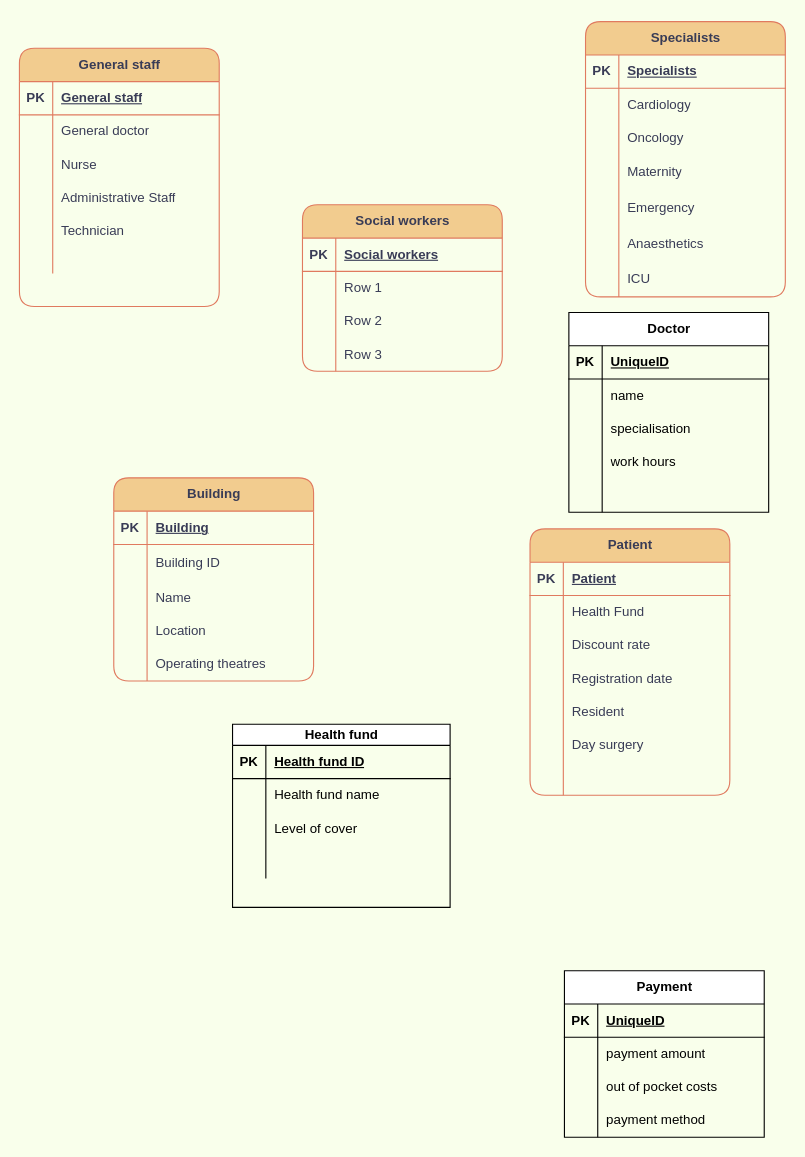
Before: Untitled Diagram.drawio in SianMillard/SianMillard.github.io, a draw.io diagram. Source tidied: cells renumbered, new cells numbered last; positions are measured from the earlier drawing's top-left corner, leaving out a move shared by most shapes. Both pictures are drawn from the tidied source at 111%, with x=0, y=0 at pixel (19, 21).
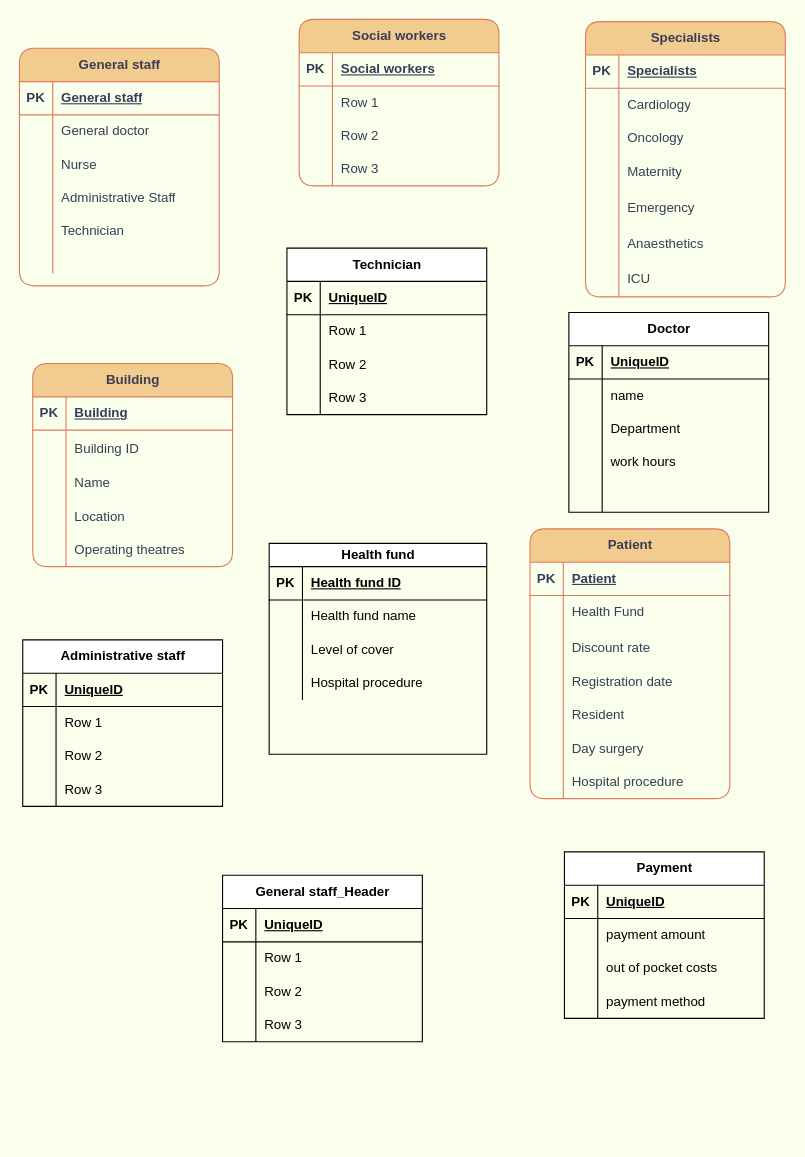
The same diagram, later.

The change refers to these unchanged cells:
```xml
<mxCell id="127" style="shape=tableRow;horizontal=0;startSize=0;swimlaneHead=0;swimlaneBody=0;fillColor=none;top=0;left=0;right=0;bottom=0;" parent="120" vertex="1">
  <mxGeometry y="90" width="180" height="30" as="geometry" />
</mxCell>
```

Change to the diagram source:
```diff
@@
     <mxCell id="2" value="General staff" style="shape=table;startSize=30;childLayout=tableLayout;rowLines=0;fontStyle=1;align=center;html=1;labelBackgroundColor=none;rounded=1;fillColor=#F2CC8F;strokeColor=#E07A5F;fontColor=#393C56;" parent="1" vertex="1">
-      <mxGeometry y="24" width="180" height="232.6" as="geometry" />
+      <mxGeometry y="24" width="180" height="214" as="geometry" />
     </mxCell>
@@
     <mxCell id="21" value="Social workers" style="shape=table;startSize=30;childLayout=tableLayout;rowLines=0;fontStyle=1;align=center;html=1;labelBackgroundColor=none;rounded=1;fillColor=#F2CC8F;strokeColor=#E07A5F;fontColor=#393C56;" parent="1" vertex="1">
-      <mxGeometry x="255" y="165" width="180" height="150" as="geometry" />
+      <mxGeometry x="252" y="-2" width="180" height="150" as="geometry" />
     </mxCell>
@@
     <mxCell id="56" value="Patient" style="shape=table;startSize=30;childLayout=tableLayout;rowLines=0;fontStyle=1;align=center;html=1;strokeColor=#E07A5F;fontColor=#393C56;fillColor=#F2CC8F;rounded=1;" parent="1" vertex="1">
-      <mxGeometry x="460" y="457" width="180" height="240" as="geometry" />
+      <mxGeometry x="460" y="457" width="180" height="243" as="geometry" />
     </mxCell>
@@
     <mxCell id="63" style="shape=tableRow;horizontal=0;startSize=0;swimlaneHead=0;swimlaneBody=0;fillColor=none;top=0;left=0;right=0;bottom=0;strokeColor=#E07A5F;fontColor=#393C56;" parent="56" vertex="1">
-      <mxGeometry y="90" width="180" height="30" as="geometry" />
+      <mxGeometry y="90" width="180" height="33" as="geometry" />
     </mxCell>
     <mxCell id="64" style="shape=partialRectangle;fillColor=none;top=0;left=0;bottom=0;right=0;overflow=hidden;whiteSpace=wrap;html=1;strokeColor=#E07A5F;fontColor=#393C56;" parent="63" vertex="1">
-      <mxGeometry width="30" height="30" as="geometry" />
+      <mxGeometry width="30" height="33" as="geometry" />
     </mxCell>
     <mxCell id="65" value="Discount rate" style="shape=partialRectangle;fillColor=none;top=0;left=0;bottom=0;right=0;align=left;spacingLeft=6;overflow=hidden;whiteSpace=wrap;html=1;strokeColor=#E07A5F;fontColor=#393C56;" parent="63" vertex="1">
-      <mxGeometry x="30" width="150" height="30" as="geometry" />
+      <mxGeometry x="30" width="150" height="33" as="geometry" />
     </mxCell>
     <mxCell id="66" style="shape=tableRow;horizontal=0;startSize=0;swimlaneHead=0;swimlaneBody=0;fillColor=none;top=0;left=0;right=0;bottom=0;strokeColor=#E07A5F;fontColor=#393C56;" parent="56" vertex="1">
-      <mxGeometry y="120" width="180" height="30" as="geometry" />
+      <mxGeometry y="123" width="180" height="30" as="geometry" />
     </mxCell>
@@
     <mxCell id="69" style="shape=tableRow;horizontal=0;startSize=0;swimlaneHead=0;swimlaneBody=0;fillColor=none;top=0;left=0;right=0;bottom=0;strokeColor=#E07A5F;fontColor=#393C56;" parent="56" vertex="1">
-      <mxGeometry y="150" width="180" height="30" as="geometry" />
+      <mxGeometry y="153" width="180" height="30" as="geometry" />
     </mxCell>
@@
     <mxCell id="72" style="shape=tableRow;horizontal=0;startSize=0;swimlaneHead=0;swimlaneBody=0;fillColor=none;top=0;left=0;right=0;bottom=0;strokeColor=#E07A5F;fontColor=#393C56;" parent="56" vertex="1">
-      <mxGeometry y="180" width="180" height="30" as="geometry" />
+      <mxGeometry y="183" width="180" height="30" as="geometry" />
     </mxCell>
@@
     <mxCell id="75" style="shape=tableRow;horizontal=0;startSize=0;swimlaneHead=0;swimlaneBody=0;fillColor=none;top=0;left=0;right=0;bottom=0;strokeColor=#E07A5F;fontColor=#393C56;" parent="56" vertex="1">
-      <mxGeometry y="210" width="180" height="30" as="geometry" />
+      <mxGeometry y="213" width="180" height="30" as="geometry" />
     </mxCell>
@@
-    <mxCell id="77" style="shape=partialRectangle;fillColor=none;top=0;left=0;bottom=0;right=0;align=left;spacingLeft=6;overflow=hidden;whiteSpace=wrap;html=1;strokeColor=#E07A5F;fontColor=#393C56;" parent="75" vertex="1">
+    <mxCell id="77" value="Hospital procedure" style="shape=partialRectangle;fillColor=none;top=0;left=0;bottom=0;right=0;align=left;spacingLeft=6;overflow=hidden;whiteSpace=wrap;html=1;strokeColor=#E07A5F;fontColor=#393C56;" parent="75" vertex="1">
       <mxGeometry x="30" width="150" height="30" as="geometry" />
     </mxCell>
     <mxCell id="78" value="Building" style="shape=table;startSize=30;childLayout=tableLayout;rowLines=0;fontStyle=1;align=center;html=1;strokeColor=#E07A5F;fontColor=#393C56;fillColor=#F2CC8F;rounded=1;" parent="1" vertex="1">
-      <mxGeometry x="85" y="411" width="180" height="183" as="geometry" />
+      <mxGeometry x="12" y="308" width="180" height="183" as="geometry" />
     </mxCell>
@@
-    <mxCell id="94" value="Health fund" style="shape=table;startSize=19;childLayout=tableLayout;rowLines=0;fontStyle=1;align=center;html=1;" parent="1" vertex="1">
-      <mxGeometry x="192" y="633" width="196" height="165" as="geometry" />
+    <mxCell id="94" value="Health fund" style="shape=table;startSize=21;childLayout=tableLayout;rowLines=0;fontStyle=1;align=center;html=1;" parent="1" vertex="1">
+      <mxGeometry x="225" y="470" width="196" height="190" as="geometry" />
     </mxCell>
     <mxCell id="95" style="shape=tableRow;horizontal=0;startSize=0;swimlaneHead=0;swimlaneBody=0;fillColor=none;top=0;left=0;right=0;bottom=1;" parent="94" vertex="1">
-      <mxGeometry y="19" width="196" height="30" as="geometry" />
+      <mxGeometry y="21" width="196" height="30" as="geometry" />
     </mxCell>
@@
     <mxCell id="98" style="shape=tableRow;horizontal=0;startSize=0;swimlaneHead=0;swimlaneBody=0;fillColor=none;top=0;left=0;right=0;bottom=0;" parent="94" vertex="1">
-      <mxGeometry y="49" width="196" height="30" as="geometry" />
+      <mxGeometry y="51" width="196" height="30" as="geometry" />
     </mxCell>
@@
     <mxCell id="101" style="shape=tableRow;horizontal=0;startSize=0;swimlaneHead=0;swimlaneBody=0;fillColor=none;top=0;left=0;right=0;bottom=0;" parent="94" vertex="1">
-      <mxGeometry y="79" width="196" height="30" as="geometry" />
+      <mxGeometry y="81" width="196" height="30" as="geometry" />
     </mxCell>
@@
     <mxCell id="104" style="shape=tableRow;horizontal=0;startSize=0;swimlaneHead=0;swimlaneBody=0;fillColor=none;top=0;left=0;right=0;bottom=0;" parent="94" vertex="1">
-      <mxGeometry y="109" width="196" height="30" as="geometry" />
+      <mxGeometry y="111" width="196" height="30" as="geometry" />
     </mxCell>
@@
-    <mxCell id="106" style="shape=partialRectangle;fillColor=none;top=0;left=0;bottom=0;right=0;align=left;spacingLeft=6;overflow=hidden;whiteSpace=wrap;html=1;" parent="104" vertex="1">
+    <mxCell id="106" value="Hospital procedure" style="shape=partialRectangle;fillColor=none;top=0;left=0;bottom=0;right=0;align=left;spacingLeft=6;overflow=hidden;whiteSpace=wrap;html=1;" parent="104" vertex="1">
       <mxGeometry x="30" width="166" height="30" as="geometry" />
     </mxCell>
     <mxCell id="107" value="Payment" style="shape=table;startSize=30;childLayout=tableLayout;rowLines=0;fontStyle=1;align=center;html=1;" parent="1" vertex="1">
-      <mxGeometry x="491" y="855" width="180" height="150" as="geometry" />
+      <mxGeometry x="491" y="748" width="180" height="150" as="geometry" />
     </mxCell>
@@
-    <mxCell id="129" value="specialisation" style="shape=partialRectangle;fillColor=none;top=0;left=0;bottom=0;right=0;align=left;spacingLeft=6;overflow=hidden;whiteSpace=wrap;html=1;" parent="127" vertex="1">
+    <mxCell id="129" value="Department" style="shape=partialRectangle;fillColor=none;top=0;left=0;bottom=0;right=0;align=left;spacingLeft=6;overflow=hidden;whiteSpace=wrap;html=1;" parent="127" vertex="1">
       <mxGeometry x="30" width="150" height="30" as="geometry" />
     </mxCell>
@@
+    <mxCell id="136" value="Technician" style="shape=table;startSize=30;childLayout=tableLayout;rowLines=0;fontStyle=1;align=center;html=1;" parent="1" vertex="1">
+      <mxGeometry x="241" y="204" width="180" height="150" as="geometry" />
+    </mxCell>
+    <mxCell id="137" style="shape=tableRow;horizontal=0;startSize=0;swimlaneHead=0;swimlaneBody=0;fillColor=none;top=0;left=0;right=0;bottom=1;" parent="136" vertex="1">
+      <mxGeometry y="30" width="180" height="30" as="geometry" />
+    </mxCell>
+    <mxCell id="138" value="PK" style="shape=partialRectangle;fillColor=none;top=0;left=0;bottom=0;right=0;fontStyle=1;overflow=hidden;whiteSpace=wrap;html=1;" parent="137" vertex="1">
+      <mxGeometry width="30" height="30" as="geometry" />
+    </mxCell>
+    <mxCell id="139" value="UniqueID" style="shape=partialRectangle;fillColor=none;top=0;left=0;bottom=0;right=0;align=left;spacingLeft=6;fontStyle=5;overflow=hidden;whiteSpace=wrap;html=1;" parent="137" vertex="1">
+      <mxGeometry x="30" width="150" height="30" as="geometry" />
+    </mxCell>
+    <mxCell id="140" style="shape=tableRow;horizontal=0;startSize=0;swimlaneHead=0;swimlaneBody=0;fillColor=none;top=0;left=0;right=0;bottom=0;" parent="136" vertex="1">
+      <mxGeometry y="60" width="180" height="30" as="geometry" />
+    </mxCell>
+    <mxCell id="141" style="shape=partialRectangle;fillColor=none;top=0;left=0;bottom=0;right=0;overflow=hidden;whiteSpace=wrap;html=1;" parent="140" vertex="1">
+      <mxGeometry width="30" height="30" as="geometry" />
+    </mxCell>
+    <mxCell id="142" value="Row 1" style="shape=partialRectangle;fillColor=none;top=0;left=0;bottom=0;right=0;align=left;spacingLeft=6;overflow=hidden;whiteSpace=wrap;html=1;" parent="140" vertex="1">
+      <mxGeometry x="30" width="150" height="30" as="geometry" />
+    </mxCell>
+    <mxCell id="143" style="shape=tableRow;horizontal=0;startSize=0;swimlaneHead=0;swimlaneBody=0;fillColor=none;top=0;left=0;right=0;bottom=0;" parent="136" vertex="1">
+      <mxGeometry y="90" width="180" height="30" as="geometry" />
+    </mxCell>
+    <mxCell id="144" style="shape=partialRectangle;fillColor=none;top=0;left=0;bottom=0;right=0;overflow=hidden;whiteSpace=wrap;html=1;" parent="143" vertex="1">
+      <mxGeometry width="30" height="30" as="geometry" />
+    </mxCell>
+    <mxCell id="145" value="Row 2" style="shape=partialRectangle;fillColor=none;top=0;left=0;bottom=0;right=0;align=left;spacingLeft=6;overflow=hidden;whiteSpace=wrap;html=1;" parent="143" vertex="1">
+      <mxGeometry x="30" width="150" height="30" as="geometry" />
+    </mxCell>
+    <mxCell id="146" style="shape=tableRow;horizontal=0;startSize=0;swimlaneHead=0;swimlaneBody=0;fillColor=none;top=0;left=0;right=0;bottom=0;" parent="136" vertex="1">
+      <mxGeometry y="120" width="180" height="30" as="geometry" />
+    </mxCell>
+    <mxCell id="147" style="shape=partialRectangle;fillColor=none;top=0;left=0;bottom=0;right=0;overflow=hidden;whiteSpace=wrap;html=1;" parent="146" vertex="1">
+      <mxGeometry width="30" height="30" as="geometry" />
+    </mxCell>
+    <mxCell id="148" value="Row 3" style="shape=partialRectangle;fillColor=none;top=0;left=0;bottom=0;right=0;align=left;spacingLeft=6;overflow=hidden;whiteSpace=wrap;html=1;" parent="146" vertex="1">
+      <mxGeometry x="30" width="150" height="30" as="geometry" />
+    </mxCell>
+    <mxCell id="149" value="Administrative staff" style="shape=table;startSize=30;childLayout=tableLayout;rowLines=0;fontStyle=1;align=center;html=1;" parent="1" vertex="1">
+      <mxGeometry x="3" y="557" width="180" height="150" as="geometry" />
+    </mxCell>
+    <mxCell id="150" style="shape=tableRow;horizontal=0;startSize=0;swimlaneHead=0;swimlaneBody=0;fillColor=none;top=0;left=0;right=0;bottom=1;" parent="149" vertex="1">
+      <mxGeometry y="30" width="180" height="30" as="geometry" />
+    </mxCell>
+    <mxCell id="151" value="PK" style="shape=partialRectangle;fillColor=none;top=0;left=0;bottom=0;right=0;fontStyle=1;overflow=hidden;whiteSpace=wrap;html=1;" parent="150" vertex="1">
+      <mxGeometry width="30" height="30" as="geometry" />
+    </mxCell>
+    <mxCell id="152" value="UniqueID" style="shape=partialRectangle;fillColor=none;top=0;left=0;bottom=0;right=0;align=left;spacingLeft=6;fontStyle=5;overflow=hidden;whiteSpace=wrap;html=1;" parent="150" vertex="1">
+      <mxGeometry x="30" width="150" height="30" as="geometry" />
+    </mxCell>
+    <mxCell id="153" style="shape=tableRow;horizontal=0;startSize=0;swimlaneHead=0;swimlaneBody=0;fillColor=none;top=0;left=0;right=0;bottom=0;" parent="149" vertex="1">
+      <mxGeometry y="60" width="180" height="30" as="geometry" />
+    </mxCell>
+    <mxCell id="154" style="shape=partialRectangle;fillColor=none;top=0;left=0;bottom=0;right=0;overflow=hidden;whiteSpace=wrap;html=1;" parent="153" vertex="1">
+      <mxGeometry width="30" height="30" as="geometry" />
+    </mxCell>
+    <mxCell id="155" value="Row 1" style="shape=partialRectangle;fillColor=none;top=0;left=0;bottom=0;right=0;align=left;spacingLeft=6;overflow=hidden;whiteSpace=wrap;html=1;" parent="153" vertex="1">
+      <mxGeometry x="30" width="150" height="30" as="geometry" />
+    </mxCell>
+    <mxCell id="156" style="shape=tableRow;horizontal=0;startSize=0;swimlaneHead=0;swimlaneBody=0;fillColor=none;top=0;left=0;right=0;bottom=0;" parent="149" vertex="1">
+      <mxGeometry y="90" width="180" height="30" as="geometry" />
+    </mxCell>
+    <mxCell id="157" style="shape=partialRectangle;fillColor=none;top=0;left=0;bottom=0;right=0;overflow=hidden;whiteSpace=wrap;html=1;" parent="156" vertex="1">
+      <mxGeometry width="30" height="30" as="geometry" />
+    </mxCell>
+    <mxCell id="158" value="Row 2" style="shape=partialRectangle;fillColor=none;top=0;left=0;bottom=0;right=0;align=left;spacingLeft=6;overflow=hidden;whiteSpace=wrap;html=1;" parent="156" vertex="1">
+      <mxGeometry x="30" width="150" height="30" as="geometry" />
+    </mxCell>
+    <mxCell id="159" style="shape=tableRow;horizontal=0;startSize=0;swimlaneHead=0;swimlaneBody=0;fillColor=none;top=0;left=0;right=0;bottom=0;" parent="149" vertex="1">
+      <mxGeometry y="120" width="180" height="30" as="geometry" />
+    </mxCell>
+    <mxCell id="160" style="shape=partialRectangle;fillColor=none;top=0;left=0;bottom=0;right=0;overflow=hidden;whiteSpace=wrap;html=1;" parent="159" vertex="1">
+      <mxGeometry width="30" height="30" as="geometry" />
+    </mxCell>
+    <mxCell id="161" value="Row 3" style="shape=partialRectangle;fillColor=none;top=0;left=0;bottom=0;right=0;align=left;spacingLeft=6;overflow=hidden;whiteSpace=wrap;html=1;" parent="159" vertex="1">
+      <mxGeometry x="30" width="150" height="30" as="geometry" />
+    </mxCell>
+    <mxCell id="162" value="General staff_Header" style="shape=table;startSize=30;childLayout=tableLayout;rowLines=0;fontStyle=1;align=center;html=1;" parent="1" vertex="1">
+      <mxGeometry x="183" y="769" width="180" height="150" as="geometry" />
+    </mxCell>
+    <mxCell id="163" style="shape=tableRow;horizontal=0;startSize=0;swimlaneHead=0;swimlaneBody=0;fillColor=none;top=0;left=0;right=0;bottom=1;" parent="162" vertex="1">
+      <mxGeometry y="30" width="180" height="30" as="geometry" />
+    </mxCell>
+    <mxCell id="164" value="PK" style="shape=partialRectangle;fillColor=none;top=0;left=0;bottom=0;right=0;fontStyle=1;overflow=hidden;whiteSpace=wrap;html=1;" parent="163" vertex="1">
+      <mxGeometry width="30" height="30" as="geometry" />
+    </mxCell>
+    <mxCell id="165" value="UniqueID" style="shape=partialRectangle;fillColor=none;top=0;left=0;bottom=0;right=0;align=left;spacingLeft=6;fontStyle=5;overflow=hidden;whiteSpace=wrap;html=1;" parent="163" vertex="1">
+      <mxGeometry x="30" width="150" height="30" as="geometry" />
+    </mxCell>
+    <mxCell id="166" style="shape=tableRow;horizontal=0;startSize=0;swimlaneHead=0;swimlaneBody=0;fillColor=none;top=0;left=0;right=0;bottom=0;" parent="162" vertex="1">
+      <mxGeometry y="60" width="180" height="30" as="geometry" />
+    </mxCell>
+    <mxCell id="167" style="shape=partialRectangle;fillColor=none;top=0;left=0;bottom=0;right=0;overflow=hidden;whiteSpace=wrap;html=1;" parent="166" vertex="1">
+      <mxGeometry width="30" height="30" as="geometry" />
+    </mxCell>
+    <mxCell id="168" value="Row 1" style="shape=partialRectangle;fillColor=none;top=0;left=0;bottom=0;right=0;align=left;spacingLeft=6;overflow=hidden;whiteSpace=wrap;html=1;" parent="166" vertex="1">
+      <mxGeometry x="30" width="150" height="30" as="geometry" />
+    </mxCell>
+    <mxCell id="169" style="shape=tableRow;horizontal=0;startSize=0;swimlaneHead=0;swimlaneBody=0;fillColor=none;top=0;left=0;right=0;bottom=0;" parent="162" vertex="1">
+      <mxGeometry y="90" width="180" height="30" as="geometry" />
+    </mxCell>
+    <mxCell id="170" style="shape=partialRectangle;fillColor=none;top=0;left=0;bottom=0;right=0;overflow=hidden;whiteSpace=wrap;html=1;" parent="169" vertex="1">
+      <mxGeometry width="30" height="30" as="geometry" />
+    </mxCell>
+    <mxCell id="171" value="Row 2" style="shape=partialRectangle;fillColor=none;top=0;left=0;bottom=0;right=0;align=left;spacingLeft=6;overflow=hidden;whiteSpace=wrap;html=1;" parent="169" vertex="1">
+      <mxGeometry x="30" width="150" height="30" as="geometry" />
+    </mxCell>
+    <mxCell id="172" style="shape=tableRow;horizontal=0;startSize=0;swimlaneHead=0;swimlaneBody=0;fillColor=none;top=0;left=0;right=0;bottom=0;" parent="162" vertex="1">
+      <mxGeometry y="120" width="180" height="30" as="geometry" />
+    </mxCell>
+    <mxCell id="173" style="shape=partialRectangle;fillColor=none;top=0;left=0;bottom=0;right=0;overflow=hidden;whiteSpace=wrap;html=1;" parent="172" vertex="1">
+      <mxGeometry width="30" height="30" as="geometry" />
+    </mxCell>
+    <mxCell id="174" value="Row 3" style="shape=partialRectangle;fillColor=none;top=0;left=0;bottom=0;right=0;align=left;spacingLeft=6;overflow=hidden;whiteSpace=wrap;html=1;" parent="172" vertex="1">
+      <mxGeometry x="30" width="150" height="30" as="geometry" />
+    </mxCell>
```
